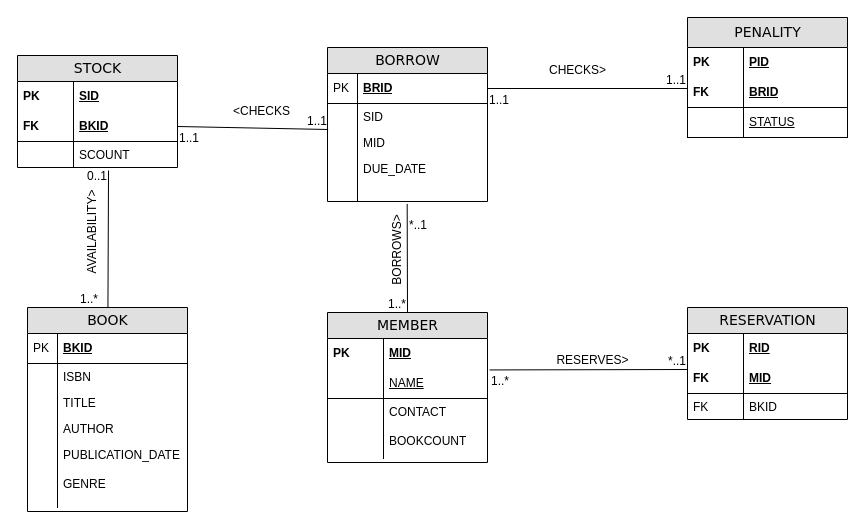
Above: erdiagram.drawio in kaushik315/MScComputingDS (draw.io), before the change. Source tidied: cells renumbered, new cells numbered last; positions are measured from the earlier drawing's top-left corner, leaving out a move shared by most shapes. Both pictures are drawn from the tidied source at 100%, with x=0, y=0 at pixel (17, 17).
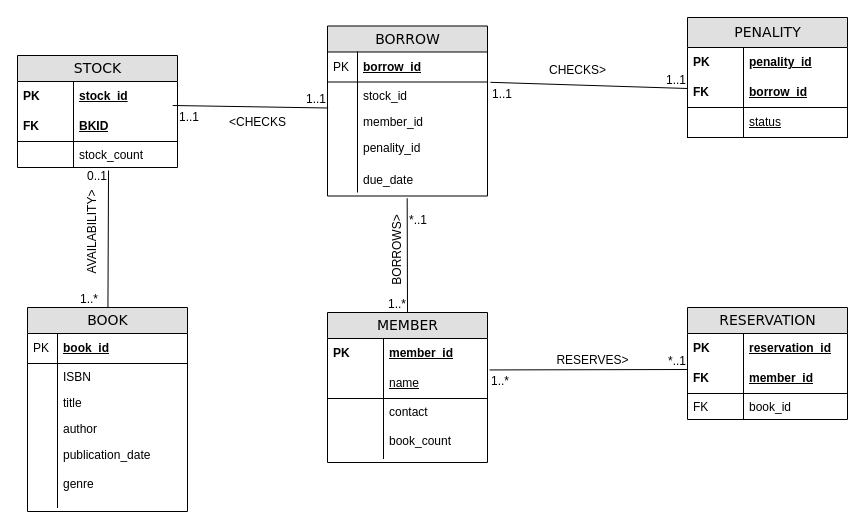
After the change.

The change refers to these unchanged cells:
```xml
<mxCell id="2" value="STOCK" style="swimlane;html=1;fontStyle=0;horizontal=1;startSize=26;fillColor=#e0e0e0;swimlaneFillColor=#ffffff;align=center;rounded=0;shadow=0;comic=0;labelBackgroundColor=none;strokeWidth=1;fontFamily=Verdana;fontSize=14;" parent="1" vertex="1">
  <mxGeometry y="38" width="160" height="112" as="geometry" />
</mxCell>
<mxCell id="5" value="BKID" style="shape=partialRectangle;top=0;left=0;right=0;bottom=1;html=1;align=left;verticalAlign=middle;fillColor=none;spacingLeft=60;spacingRight=4;whiteSpace=wrap;overflow=hidden;points=[[0,0.5],[1,0.5]];portConstraint=eastwest;fontStyle=5;" parent="2" vertex="1">
  <mxGeometry y="56" width="160" height="30" as="geometry" />
</mxCell>
<mxCell id="9" value="MEMBER" style="swimlane;html=1;fontStyle=0;horizontal=1;startSize=26;fillColor=#e0e0e0;swimlaneFillColor=#ffffff;align=center;rounded=0;shadow=0;comic=0;labelBackgroundColor=none;strokeWidth=1;fontFamily=Verdana;fontSize=14;" parent="1" vertex="1">
  <mxGeometry x="310" y="295" width="160" height="150" as="geometry" />
</mxCell>
<mxCell id="16" value="PENALITY" style="swimlane;html=1;fontStyle=0;horizontal=1;startSize=30;fillColor=#e0e0e0;swimlaneFillColor=#ffffff;align=center;rounded=0;shadow=0;comic=0;labelBackgroundColor=none;strokeWidth=1;fontFamily=Verdana;fontSize=14;" parent="1" vertex="1">
  <mxGeometry x="670" width="160" height="120" as="geometry" />
</mxCell>
<mxCell id="23" value="BOOK" style="swimlane;html=1;fontStyle=0;horizontal=1;startSize=26;fillColor=#e0e0e0;swimlaneFillColor=#ffffff;align=center;rounded=0;shadow=0;comic=0;labelBackgroundColor=none;strokeWidth=1;fontFamily=Verdana;fontSize=14;" parent="1" vertex="1">
  <mxGeometry x="10" y="290" width="160" height="204" as="geometry" />
</mxCell>
<mxCell id="48" value="RESERVATION" style="swimlane;html=1;fontStyle=0;horizontal=1;startSize=26;fillColor=#e0e0e0;swimlaneFillColor=#ffffff;align=center;rounded=0;shadow=0;comic=0;labelBackgroundColor=none;strokeWidth=1;fontFamily=Verdana;fontSize=14;" parent="1" vertex="1">
  <mxGeometry x="670" y="290" width="160" height="112" as="geometry" />
</mxCell>
```

Diff of the diagram source:
```diff
@@
-    <mxCell id="3" value="SID" style="shape=partialRectangle;top=0;left=0;right=0;bottom=0;html=1;align=left;verticalAlign=middle;fillColor=none;spacingLeft=60;spacingRight=4;whiteSpace=wrap;overflow=hidden;fontStyle=5;" parent="2" vertex="1">
+    <mxCell id="3" value="stock_id" style="shape=partialRectangle;top=0;left=0;right=0;bottom=0;html=1;align=left;verticalAlign=middle;fillColor=none;spacingLeft=60;spacingRight=4;whiteSpace=wrap;overflow=hidden;fontStyle=5;" parent="2" vertex="1">
       <mxGeometry y="26" width="160" height="30" as="geometry" />
     </mxCell>
@@
-    <mxCell id="7" value="SCOUNT" style="shape=partialRectangle;top=0;left=0;right=0;bottom=0;html=1;align=left;verticalAlign=top;fillColor=none;spacingLeft=60;spacingRight=4;whiteSpace=wrap;overflow=hidden;points=[[0,0.5],[1,0.5]];portConstraint=eastwest;" parent="2" vertex="1">
+    <mxCell id="7" value="stock_count" style="shape=partialRectangle;top=0;left=0;right=0;bottom=0;html=1;align=left;verticalAlign=top;fillColor=none;spacingLeft=60;spacingRight=4;whiteSpace=wrap;overflow=hidden;points=[[0,0.5],[1,0.5]];portConstraint=eastwest;" parent="2" vertex="1">
       <mxGeometry y="86" width="160" height="26" as="geometry" />
     </mxCell>
@@
-    <mxCell id="10" value="MID" style="shape=partialRectangle;top=0;left=0;right=0;bottom=0;html=1;align=left;verticalAlign=middle;fillColor=none;spacingLeft=60;spacingRight=4;whiteSpace=wrap;overflow=hidden;points=[[0,0.5],[1,0.5]];portConstraint=eastwest;fontStyle=5;" parent="9" vertex="1">
+    <mxCell id="10" value="member_id" style="shape=partialRectangle;top=0;left=0;right=0;bottom=0;html=1;align=left;verticalAlign=middle;fillColor=none;spacingLeft=60;spacingRight=4;whiteSpace=wrap;overflow=hidden;points=[[0,0.5],[1,0.5]];portConstraint=eastwest;fontStyle=5;" parent="9" vertex="1">
       <mxGeometry y="26" width="160" height="30" as="geometry" />
     </mxCell>
@@
-    <mxCell id="12" value="&lt;span style=&quot;font-weight: normal;&quot;&gt;NAME&lt;/span&gt;" style="shape=partialRectangle;top=0;left=0;right=0;bottom=1;html=1;align=left;verticalAlign=middle;fillColor=none;spacingLeft=60;spacingRight=4;whiteSpace=wrap;overflow=hidden;fontStyle=5;" parent="9" vertex="1">
+    <mxCell id="12" value="&lt;span style=&quot;font-weight: normal;&quot;&gt;name&lt;/span&gt;" style="shape=partialRectangle;top=0;left=0;right=0;bottom=1;html=1;align=left;verticalAlign=middle;fillColor=none;spacingLeft=60;spacingRight=4;whiteSpace=wrap;overflow=hidden;fontStyle=5;" parent="9" vertex="1">
       <mxGeometry y="56" width="160" height="30" as="geometry" />
     </mxCell>
@@
-    <mxCell id="14" value="CONTACT&lt;br&gt;&lt;br&gt;BOOKCOUNT" style="shape=partialRectangle;top=0;left=0;right=0;bottom=0;html=1;align=left;verticalAlign=top;fillColor=none;spacingLeft=60;spacingRight=4;whiteSpace=wrap;overflow=hidden;" parent="9" vertex="1">
+    <mxCell id="14" value="contact&lt;br&gt;&lt;br&gt;book_count" style="shape=partialRectangle;top=0;left=0;right=0;bottom=0;html=1;align=left;verticalAlign=top;fillColor=none;spacingLeft=60;spacingRight=4;whiteSpace=wrap;overflow=hidden;" parent="9" vertex="1">
       <mxGeometry y="86" width="160" height="60" as="geometry" />
     </mxCell>
@@
-    <mxCell id="17" value="PID" style="shape=partialRectangle;top=0;left=0;right=0;bottom=0;html=1;align=left;verticalAlign=middle;fillColor=none;spacingLeft=60;spacingRight=4;whiteSpace=wrap;overflow=hidden;fontStyle=5;" parent="16" vertex="1">
+    <mxCell id="17" value="penality_id" style="shape=partialRectangle;top=0;left=0;right=0;bottom=0;html=1;align=left;verticalAlign=middle;fillColor=none;spacingLeft=60;spacingRight=4;whiteSpace=wrap;overflow=hidden;fontStyle=5;" parent="16" vertex="1">
       <mxGeometry y="30" width="160" height="30" as="geometry" />
     </mxCell>
@@
-    <mxCell id="19" value="BRID" style="shape=partialRectangle;top=0;left=0;right=0;bottom=1;html=1;align=left;verticalAlign=middle;fillColor=none;spacingLeft=60;spacingRight=4;whiteSpace=wrap;overflow=hidden;fontStyle=5;" parent="16" vertex="1">
+    <mxCell id="19" value="borrow_id" style="shape=partialRectangle;top=0;left=0;right=0;bottom=1;html=1;align=left;verticalAlign=middle;fillColor=none;spacingLeft=60;spacingRight=4;whiteSpace=wrap;overflow=hidden;fontStyle=5;" parent="16" vertex="1">
       <mxGeometry y="60" width="160" height="30" as="geometry" />
     </mxCell>
@@
-    <mxCell id="21" value="&lt;span style=&quot;font-weight: normal;&quot;&gt;STATUS&lt;/span&gt;" style="shape=partialRectangle;top=0;left=0;right=0;bottom=1;html=1;align=left;verticalAlign=middle;fillColor=none;spacingLeft=60;spacingRight=4;whiteSpace=wrap;overflow=hidden;fontStyle=5;" parent="16" vertex="1">
+    <mxCell id="21" value="&lt;span style=&quot;font-weight: normal;&quot;&gt;status&lt;/span&gt;" style="shape=partialRectangle;top=0;left=0;right=0;bottom=1;html=1;align=left;verticalAlign=middle;fillColor=none;spacingLeft=60;spacingRight=4;whiteSpace=wrap;overflow=hidden;fontStyle=5;" parent="16" vertex="1">
       <mxGeometry y="90" width="160" height="30" as="geometry" />
     </mxCell>
@@
-    <mxCell id="24" value="BKID" style="shape=partialRectangle;top=0;left=0;right=0;bottom=1;html=1;align=left;verticalAlign=middle;fillColor=none;spacingLeft=34;spacingRight=4;whiteSpace=wrap;overflow=hidden;fontStyle=5;" parent="23" vertex="1">
+    <mxCell id="24" value="book_id" style="shape=partialRectangle;top=0;left=0;right=0;bottom=1;html=1;align=left;verticalAlign=middle;fillColor=none;spacingLeft=34;spacingRight=4;whiteSpace=wrap;overflow=hidden;fontStyle=5;" parent="23" vertex="1">
       <mxGeometry y="26" width="160" height="30" as="geometry" />
     </mxCell>
@@
-    <mxCell id="28" value="TITLE" style="shape=partialRectangle;top=0;left=0;right=0;bottom=0;html=1;align=left;verticalAlign=top;fillColor=none;spacingLeft=34;spacingRight=4;whiteSpace=wrap;overflow=hidden;" parent="23" vertex="1">
+    <mxCell id="28" value="title" style="shape=partialRectangle;top=0;left=0;right=0;bottom=0;html=1;align=left;verticalAlign=top;fillColor=none;spacingLeft=34;spacingRight=4;whiteSpace=wrap;overflow=hidden;" parent="23" vertex="1">
       <mxGeometry y="82" width="160" height="26" as="geometry" />
     </mxCell>
@@
-    <mxCell id="30" value="AUTHOR" style="shape=partialRectangle;top=0;left=0;right=0;bottom=0;html=1;align=left;verticalAlign=top;fillColor=none;spacingLeft=34;spacingRight=4;whiteSpace=wrap;overflow=hidden;" parent="23" vertex="1">
+    <mxCell id="30" value="author" style="shape=partialRectangle;top=0;left=0;right=0;bottom=0;html=1;align=left;verticalAlign=top;fillColor=none;spacingLeft=34;spacingRight=4;whiteSpace=wrap;overflow=hidden;" parent="23" vertex="1">
       <mxGeometry y="108" width="160" height="26" as="geometry" />
     </mxCell>
@@
-    <mxCell id="32" value="PUBLICATION_DATE&lt;br&gt;&lt;br&gt;GENRE" style="shape=partialRectangle;top=0;left=0;right=0;bottom=0;html=1;align=left;verticalAlign=top;fillColor=none;spacingLeft=34;spacingRight=4;whiteSpace=wrap;overflow=hidden;" parent="23" vertex="1">
+    <mxCell id="32" value="publication_date&lt;br&gt;&lt;br&gt;genre&lt;br&gt;" style="shape=partialRectangle;top=0;left=0;right=0;bottom=0;html=1;align=left;verticalAlign=top;fillColor=none;spacingLeft=34;spacingRight=4;whiteSpace=wrap;overflow=hidden;" parent="23" vertex="1">
       <mxGeometry y="134" width="160" height="66" as="geometry" />
     </mxCell>
@@
     <mxCell id="34" value="BORROW" style="swimlane;html=1;fontStyle=0;horizontal=1;startSize=26;fillColor=#e0e0e0;swimlaneFillColor=#ffffff;align=center;rounded=0;shadow=0;comic=0;labelBackgroundColor=none;strokeWidth=1;fontFamily=Verdana;fontSize=14;" parent="1" vertex="1">
-      <mxGeometry x="310" y="30" width="160" height="154" as="geometry" />
+      <mxGeometry x="310" y="8.5" width="160" height="170" as="geometry" />
     </mxCell>
-    <mxCell id="35" value="BRID" style="shape=partialRectangle;top=0;left=0;right=0;bottom=1;html=1;align=left;verticalAlign=middle;fillColor=none;spacingLeft=34;spacingRight=4;whiteSpace=wrap;overflow=hidden;points=[[0,0.5],[1,0.5]];portConstraint=eastwest;fontStyle=5;" parent="34" vertex="1">
+    <mxCell id="35" value="borrow_id" style="shape=partialRectangle;top=0;left=0;right=0;bottom=1;html=1;align=left;verticalAlign=middle;fillColor=none;spacingLeft=34;spacingRight=4;whiteSpace=wrap;overflow=hidden;points=[[0,0.5],[1,0.5]];portConstraint=eastwest;fontStyle=5;" parent="34" vertex="1">
       <mxGeometry y="26" width="160" height="30" as="geometry" />
     </mxCell>
@@
-    <mxCell id="37" value="SID" style="shape=partialRectangle;top=0;left=0;right=0;bottom=0;html=1;align=left;verticalAlign=top;fillColor=none;spacingLeft=34;spacingRight=4;whiteSpace=wrap;overflow=hidden;points=[[0,0.5],[1,0.5]];portConstraint=eastwest;" parent="34" vertex="1">
+    <mxCell id="37" value="stock_id" style="shape=partialRectangle;top=0;left=0;right=0;bottom=0;html=1;align=left;verticalAlign=top;fillColor=none;spacingLeft=34;spacingRight=4;whiteSpace=wrap;overflow=hidden;points=[[0,0.5],[1,0.5]];portConstraint=eastwest;" parent="34" vertex="1">
       <mxGeometry y="56" width="160" height="26" as="geometry" />
     </mxCell>
@@
-    <mxCell id="39" value="MID" style="shape=partialRectangle;top=0;left=0;right=0;bottom=0;html=1;align=left;verticalAlign=top;fillColor=none;spacingLeft=34;spacingRight=4;whiteSpace=wrap;overflow=hidden;" parent="34" vertex="1">
+    <mxCell id="39" value="member_id" style="shape=partialRectangle;top=0;left=0;right=0;bottom=0;html=1;align=left;verticalAlign=top;fillColor=none;spacingLeft=34;spacingRight=4;whiteSpace=wrap;overflow=hidden;" parent="34" vertex="1">
       <mxGeometry y="82" width="160" height="26" as="geometry" />
     </mxCell>
@@
-    <mxCell id="41" value="DUE_DATE" style="shape=partialRectangle;top=0;left=0;right=0;bottom=0;html=1;align=left;verticalAlign=top;fillColor=none;spacingLeft=34;spacingRight=4;whiteSpace=wrap;overflow=hidden;" parent="34" vertex="1">
-      <mxGeometry y="108" width="160" height="36" as="geometry" />
+    <mxCell id="41" value="penality_id" style="shape=partialRectangle;top=0;left=0;right=0;bottom=0;html=1;align=left;verticalAlign=top;fillColor=none;spacingLeft=34;spacingRight=4;whiteSpace=wrap;overflow=hidden;" parent="34" vertex="1">
+      <mxGeometry y="108" width="160" height="32" as="geometry" />
     </mxCell>
     <mxCell id="42" style="shape=partialRectangle;top=0;left=0;bottom=0;html=1;fillColor=none;align=left;verticalAlign=top;spacingLeft=4;spacingRight=4;whiteSpace=wrap;overflow=hidden;" parent="41" vertex="1">
-      <mxGeometry width="30" height="36" as="geometry" />
+      <mxGeometry width="30" height="32" as="geometry" />
     </mxCell>
-    <mxCell id="43" style="shape=partialRectangle;top=0;left=0;right=0;bottom=0;html=1;align=left;verticalAlign=top;fillColor=none;spacingLeft=34;spacingRight=4;whiteSpace=wrap;overflow=hidden;points=[[0,0.5],[1,0.5]];portConstraint=eastwest;" parent="34" vertex="1">
-      <mxGeometry y="144" width="160" height="10" as="geometry" />
+    <mxCell id="43" value="due_date" style="shape=partialRectangle;top=0;left=0;right=0;bottom=0;html=1;align=left;verticalAlign=top;fillColor=none;spacingLeft=34;spacingRight=4;whiteSpace=wrap;overflow=hidden;points=[[0,0.5],[1,0.5]];portConstraint=eastwest;" parent="34" vertex="1">
+      <mxGeometry y="140" width="160" height="26" as="geometry" />
     </mxCell>
     <mxCell id="44" style="shape=partialRectangle;top=0;left=0;bottom=0;html=1;fillColor=none;align=left;verticalAlign=top;spacingLeft=4;spacingRight=4;whiteSpace=wrap;overflow=hidden;" parent="43" vertex="1">
-      <mxGeometry width="30" height="10" as="geometry" />
+      <mxGeometry width="30" height="26" as="geometry" />
     </mxCell>
@@
-    <mxCell id="49" value="RID" style="shape=partialRectangle;top=0;left=0;right=0;bottom=0;html=1;align=left;verticalAlign=middle;fillColor=none;spacingLeft=60;spacingRight=4;whiteSpace=wrap;overflow=hidden;fontStyle=5;" parent="48" vertex="1">
+    <mxCell id="49" value="reservation_id" style="shape=partialRectangle;top=0;left=0;right=0;bottom=0;html=1;align=left;verticalAlign=middle;fillColor=none;spacingLeft=60;spacingRight=4;whiteSpace=wrap;overflow=hidden;fontStyle=5;" parent="48" vertex="1">
       <mxGeometry y="26" width="160" height="30" as="geometry" />
     </mxCell>
@@
-    <mxCell id="51" value="MID" style="shape=partialRectangle;top=0;left=0;right=0;bottom=1;html=1;align=left;verticalAlign=middle;fillColor=none;spacingLeft=60;spacingRight=4;whiteSpace=wrap;overflow=hidden;fontStyle=5;" parent="48" vertex="1">
+    <mxCell id="51" value="member_id" style="shape=partialRectangle;top=0;left=0;right=0;bottom=1;html=1;align=left;verticalAlign=middle;fillColor=none;spacingLeft=60;spacingRight=4;whiteSpace=wrap;overflow=hidden;fontStyle=5;" parent="48" vertex="1">
       <mxGeometry y="56" width="160" height="30" as="geometry" />
     </mxCell>
@@
-    <mxCell id="53" value="BKID" style="shape=partialRectangle;top=0;left=0;right=0;bottom=0;html=1;align=left;verticalAlign=top;fillColor=none;spacingLeft=60;spacingRight=4;whiteSpace=wrap;overflow=hidden;" parent="48" vertex="1">
+    <mxCell id="53" value="book_id" style="shape=partialRectangle;top=0;left=0;right=0;bottom=0;html=1;align=left;verticalAlign=top;fillColor=none;spacingLeft=60;spacingRight=4;whiteSpace=wrap;overflow=hidden;" parent="48" vertex="1">
       <mxGeometry y="86" width="160" height="26" as="geometry" />
     </mxCell>
@@
-    <mxCell id="64" style="endArrow=none;html=1;rounded=0;exitX=1;exitY=0.5;exitDx=0;exitDy=0;" parent="1" edge="1" source="35">
+    <mxCell id="64" style="endArrow=none;html=1;rounded=0;exitX=1.018;exitY=0.012;exitDx=0;exitDy=0;exitPerimeter=0;" parent="1" edge="1" source="37">
       <mxGeometry relative="1" as="geometry">
         <mxPoint x="670" y="71" as="targetPoint" />
       </mxGeometry>
     </mxCell>
@@
-    <mxCell id="68" style="endArrow=none;html=1;rounded=0;entryX=0.004;entryY=1;entryDx=0;entryDy=0;exitX=1;exitY=0.5;exitDx=0;exitDy=0;entryPerimeter=0;" parent="1" edge="1" source="5" target="37">
+    <mxCell id="68" style="endArrow=none;html=1;rounded=0;entryX=0.004;entryY=1;entryDx=0;entryDy=0;exitX=0.97;exitY=-0.2;exitDx=0;exitDy=0;entryPerimeter=0;exitPerimeter=0;" parent="1" edge="1" source="5" target="37">
       <mxGeometry relative="1" as="geometry" />
     </mxCell>
     <mxCell id="69" value="1..1" style="html=1;whiteSpace=wrap;align=left;verticalAlign=bottom;" parent="68" vertex="1">
       <mxGeometry x="-1" relative="1" as="geometry">
-        <mxPoint y="20" as="offset" />
+        <mxPoint x="5" y="20" as="offset" />
       </mxGeometry>
     </mxCell>
@@
     <mxCell id="71" value="&amp;lt;CHECKS" style="text;html=1;align=center;verticalAlign=middle;strokeColor=none;fillColor=none;" parent="1" vertex="1">
-      <mxGeometry x="204" y="78.5" width="80" height="30" as="geometry" />
+      <mxGeometry x="200" y="90" width="80" height="30" as="geometry" />
     </mxCell>
```
